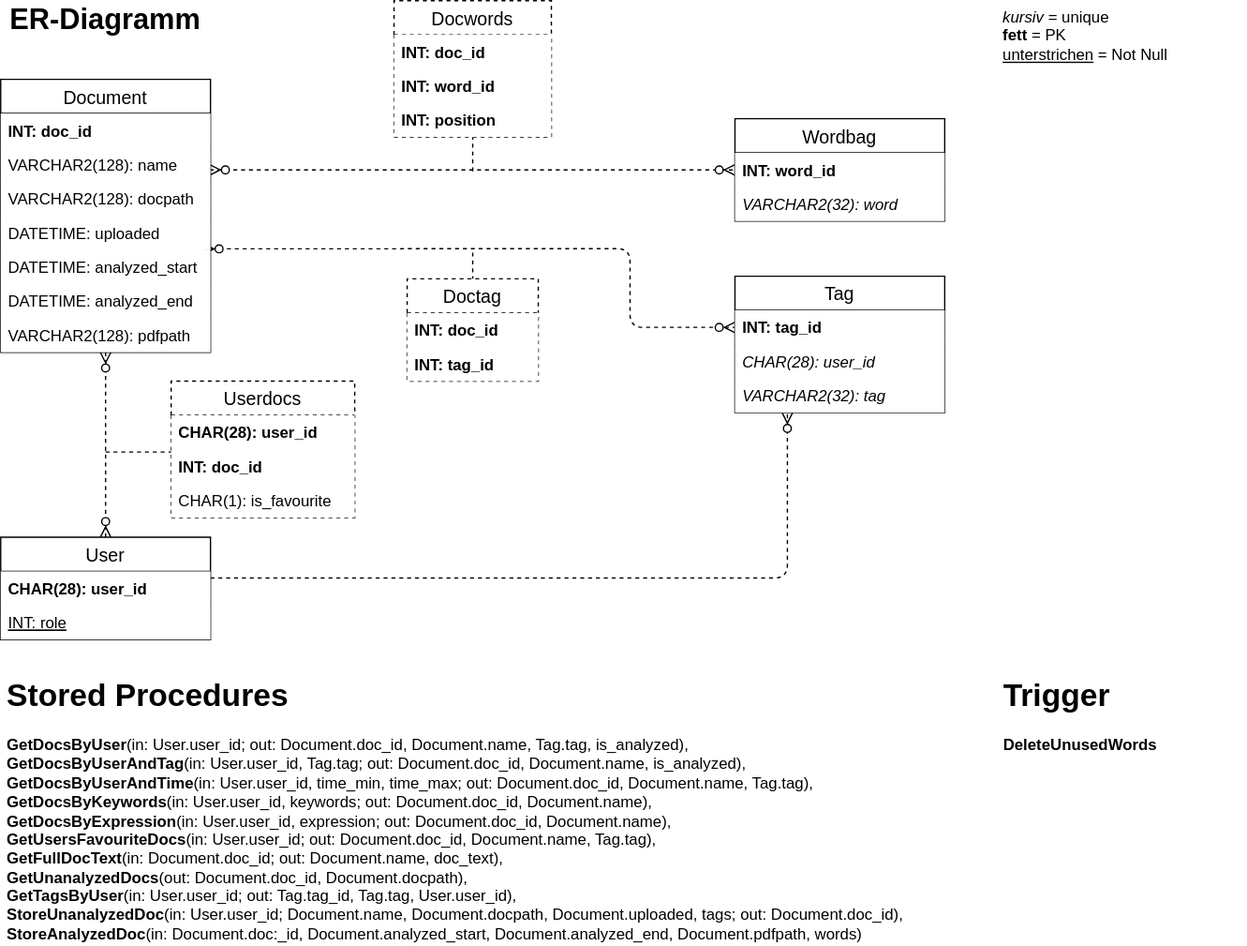
doc-ver/Doku keeps this draw.io diagram as docs/Overview/resources/Diagramme/doc-ver_Diagramme-ER-Diagramm.svg. Above is the earlier version. Source tidied: cells renumbered, new cells last; positions are measured from the earlier drawing's top-left corner, leaving out a move shared by most shapes.
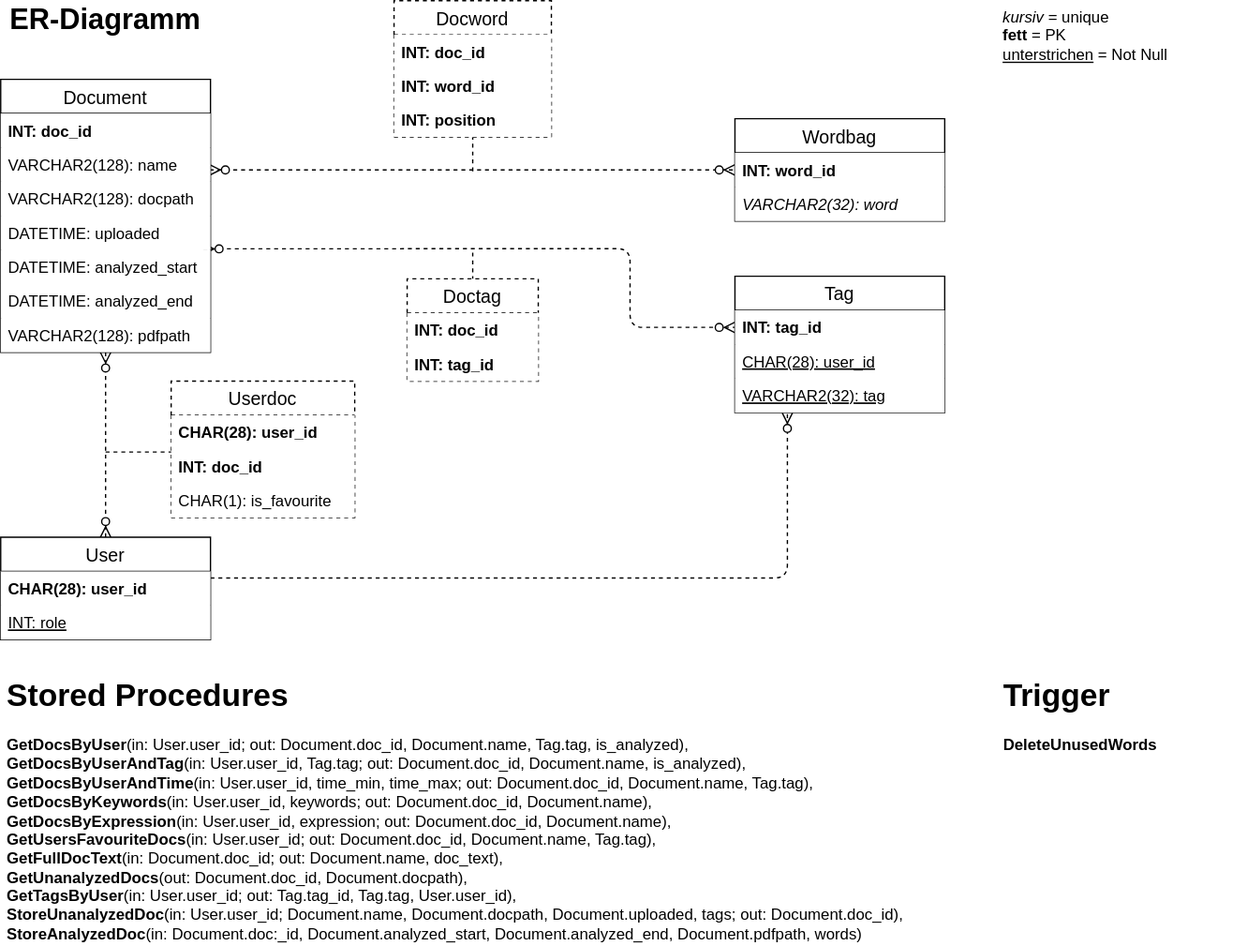
Later version of the same file.

Commit message:
Fehler in ER-Diagramm korrigiert

What changed in the source:
```diff
@@ -75,7 +75,7 @@
     <mxCell id="18" value="INT: tag_id" style="text;strokeColor=none;fillColor=#ffffff;spacingLeft=4;spacingRight=4;overflow=hidden;fontSize=12;fontStyle=1;" parent="16" vertex="1">
       <mxGeometry y="52" width="100" height="26" as="geometry" />
     </mxCell>
-    <mxCell id="19" value="Userdocs" style="swimlane;fontStyle=0;horizontal=1;startSize=26;align=center;fontSize=14;swimlaneLine=1;glass=0;dashed=1;" parent="1" vertex="1">
+    <mxCell id="19" value="Userdoc" style="swimlane;fontStyle=0;horizontal=1;startSize=26;align=center;fontSize=14;swimlaneLine=1;glass=0;dashed=1;" parent="1" vertex="1">
       <mxGeometry x="130" y="290" width="140" height="104" as="geometry" />
     </mxCell>
     <mxCell id="20" value="CHAR(28): user_id" style="text;strokeColor=none;fillColor=#ffffff;spacingLeft=4;spacingRight=4;overflow=hidden;fontSize=12;fontStyle=1;" parent="19" vertex="1">
@@ -120,7 +120,7 @@
     <mxCell id="33" value="VARCHAR2(32): word" style="text;strokeColor=none;fillColor=#ffffff;spacingLeft=4;spacingRight=4;overflow=hidden;fontSize=12;fontStyle=2;" parent="31" vertex="1">
       <mxGeometry y="52" width="160" height="26" as="geometry" />
     </mxCell>
-    <mxCell id="34" value="Docwords" style="swimlane;fontStyle=0;horizontal=1;startSize=26;align=center;fontSize=14;swimlaneLine=1;glass=0;dashed=1;" parent="1" vertex="1">
+    <mxCell id="34" value="Docword" style="swimlane;fontStyle=0;horizontal=1;startSize=26;align=center;fontSize=14;swimlaneLine=1;glass=0;dashed=1;" parent="1" vertex="1">
       <mxGeometry x="300" width="120" height="104" as="geometry" />
     </mxCell>
     <mxCell id="35" value="INT: doc_id" style="text;strokeColor=none;fillColor=#ffffff;spacingLeft=4;spacingRight=4;overflow=hidden;fontSize=12;fontStyle=1;" parent="34" vertex="1">
@@ -138,10 +138,10 @@
     <mxCell id="39" value="INT: tag_id" style="text;spacingLeft=4;spacingRight=4;overflow=hidden;points=[[0,0.5],[1,0.5]];portConstraint=eastwest;fontSize=12;fontStyle=1;fillColor=#ffffff;" parent="38" vertex="1">
       <mxGeometry y="26" width="160" height="26" as="geometry" />
     </mxCell>
-    <mxCell id="40" value="CHAR(28): user_id" style="text;spacingLeft=4;spacingRight=4;overflow=hidden;fontSize=12;fontStyle=2;fillColor=#ffffff;" parent="38" vertex="1">
+    <mxCell id="40" value="CHAR(28): user_id" style="text;spacingLeft=4;spacingRight=4;overflow=hidden;fontSize=12;fontStyle=4;fillColor=#ffffff;" parent="38" vertex="1">
       <mxGeometry y="52" width="160" height="26" as="geometry" />
     </mxCell>
-    <mxCell id="41" value="VARCHAR2(32): tag" style="text;strokeColor=none;fillColor=#ffffff;spacingLeft=4;spacingRight=4;overflow=hidden;fontSize=12;fontStyle=2;" parent="38" vertex="1">
+    <mxCell id="41" value="VARCHAR2(32): tag" style="text;strokeColor=none;fillColor=#ffffff;spacingLeft=4;spacingRight=4;overflow=hidden;fontSize=12;fontStyle=4;" parent="38" vertex="1">
       <mxGeometry y="78" width="160" height="26" as="geometry" />
     </mxCell>
   </root>
```
